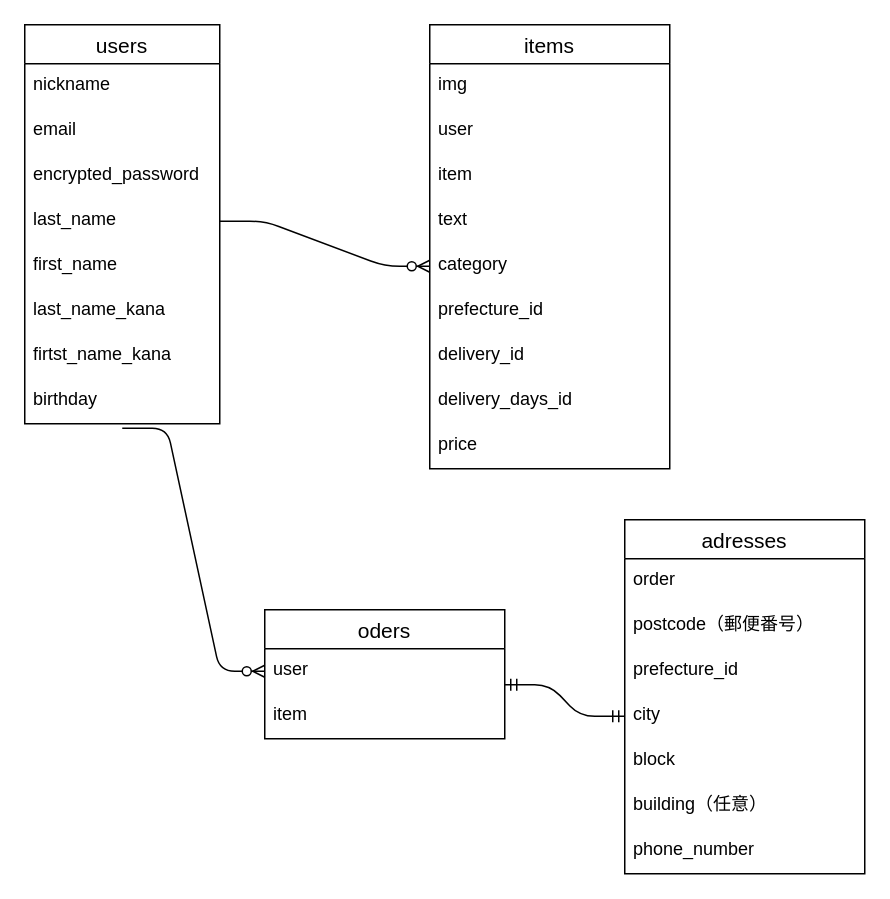
Before: ER.dio in terunobu3/furima-40515, a draw.io diagram. Source tidied: cells renumbered, new cells numbered last; positions are measured from the earlier drawing's top-left corner, leaving out a move shared by most shapes. Both pictures are drawn from the tidied source at 150%, with x=0, y=0 at pixel (24, 24).
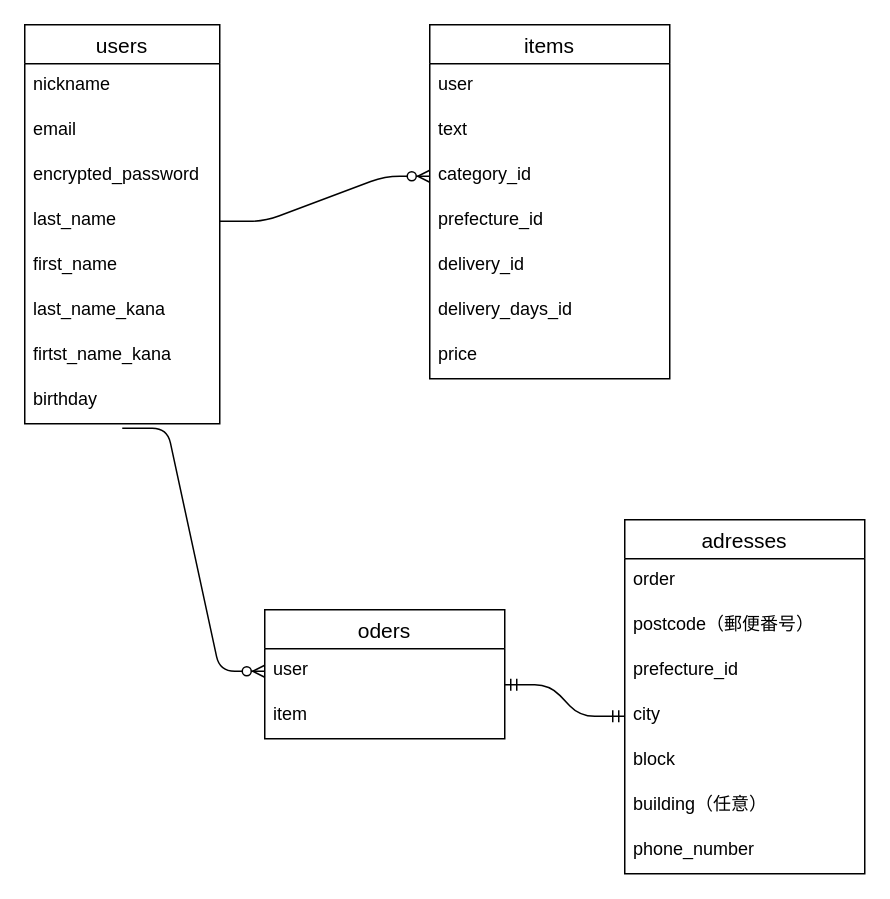
The same diagram, later.

Change to the diagram source:
```diff
@@
     <mxCell id="11" value="items" style="swimlane;fontStyle=0;horizontal=1;startSize=26;align=center;fontSize=14;" parent="1" vertex="1">
-      <mxGeometry x="270" width="160" height="296" as="geometry" />
+      <mxGeometry x="270" width="160" height="236" as="geometry" />
     </mxCell>
-    <mxCell id="12" value="img" style="text;strokeColor=none;fillColor=none;spacingLeft=4;spacingRight=4;overflow=hidden;fontSize=12;" parent="11" vertex="1">
-      <mxGeometry y="26" width="160" height="30" as="geometry" />
-    </mxCell>
     <mxCell id="13" value="user" style="text;strokeColor=none;fillColor=none;spacingLeft=4;spacingRight=4;overflow=hidden;fontSize=12;" parent="11" vertex="1">
-      <mxGeometry y="56" width="160" height="30" as="geometry" />
+      <mxGeometry y="26" width="160" height="30" as="geometry" />
     </mxCell>
-    <mxCell id="14" value="item" style="text;strokeColor=none;fillColor=none;spacingLeft=4;spacingRight=4;overflow=hidden;fontSize=12;" parent="11" vertex="1">
-      <mxGeometry y="86" width="160" height="30" as="geometry" />
-    </mxCell>
     <mxCell id="15" value="text" style="text;strokeColor=none;fillColor=none;spacingLeft=4;spacingRight=4;overflow=hidden;fontSize=12;" parent="11" vertex="1">
-      <mxGeometry y="116" width="160" height="30" as="geometry" />
+      <mxGeometry y="56" width="160" height="30" as="geometry" />
     </mxCell>
-    <mxCell id="16" value="category" style="text;strokeColor=none;fillColor=none;spacingLeft=4;spacingRight=4;overflow=hidden;points=[[0,0.5],[1,0.5]];portConstraint=eastwest;fontSize=12;" parent="11" vertex="1">
-      <mxGeometry y="146" width="160" height="30" as="geometry" />
+    <mxCell id="16" value="category_id" style="text;strokeColor=none;fillColor=none;spacingLeft=4;spacingRight=4;overflow=hidden;points=[[0,0.5],[1,0.5]];portConstraint=eastwest;fontSize=12;" parent="11" vertex="1">
+      <mxGeometry y="86" width="160" height="30" as="geometry" />
     </mxCell>
     <mxCell id="17" value="prefecture_id" style="text;strokeColor=none;fillColor=none;spacingLeft=4;spacingRight=4;overflow=hidden;fontSize=12;" parent="11" vertex="1">
-      <mxGeometry y="176" width="160" height="30" as="geometry" />
+      <mxGeometry y="116" width="160" height="30" as="geometry" />
     </mxCell>
     <mxCell id="18" value="delivery_id" style="text;strokeColor=none;fillColor=none;spacingLeft=4;spacingRight=4;overflow=hidden;fontSize=12;" parent="11" vertex="1">
-      <mxGeometry y="206" width="160" height="30" as="geometry" />
+      <mxGeometry y="146" width="160" height="30" as="geometry" />
     </mxCell>
     <mxCell id="19" value="delivery_days_id" style="text;strokeColor=none;fillColor=none;spacingLeft=4;spacingRight=4;overflow=hidden;fontSize=12;" parent="11" vertex="1">
-      <mxGeometry y="236" width="160" height="30" as="geometry" />
+      <mxGeometry y="176" width="160" height="30" as="geometry" />
     </mxCell>
     <mxCell id="20" value="price" style="text;strokeColor=none;fillColor=none;spacingLeft=4;spacingRight=4;overflow=hidden;fontSize=12;" parent="11" vertex="1">
-      <mxGeometry y="266" width="160" height="30" as="geometry" />
+      <mxGeometry y="206" width="160" height="30" as="geometry" />
     </mxCell>
```
